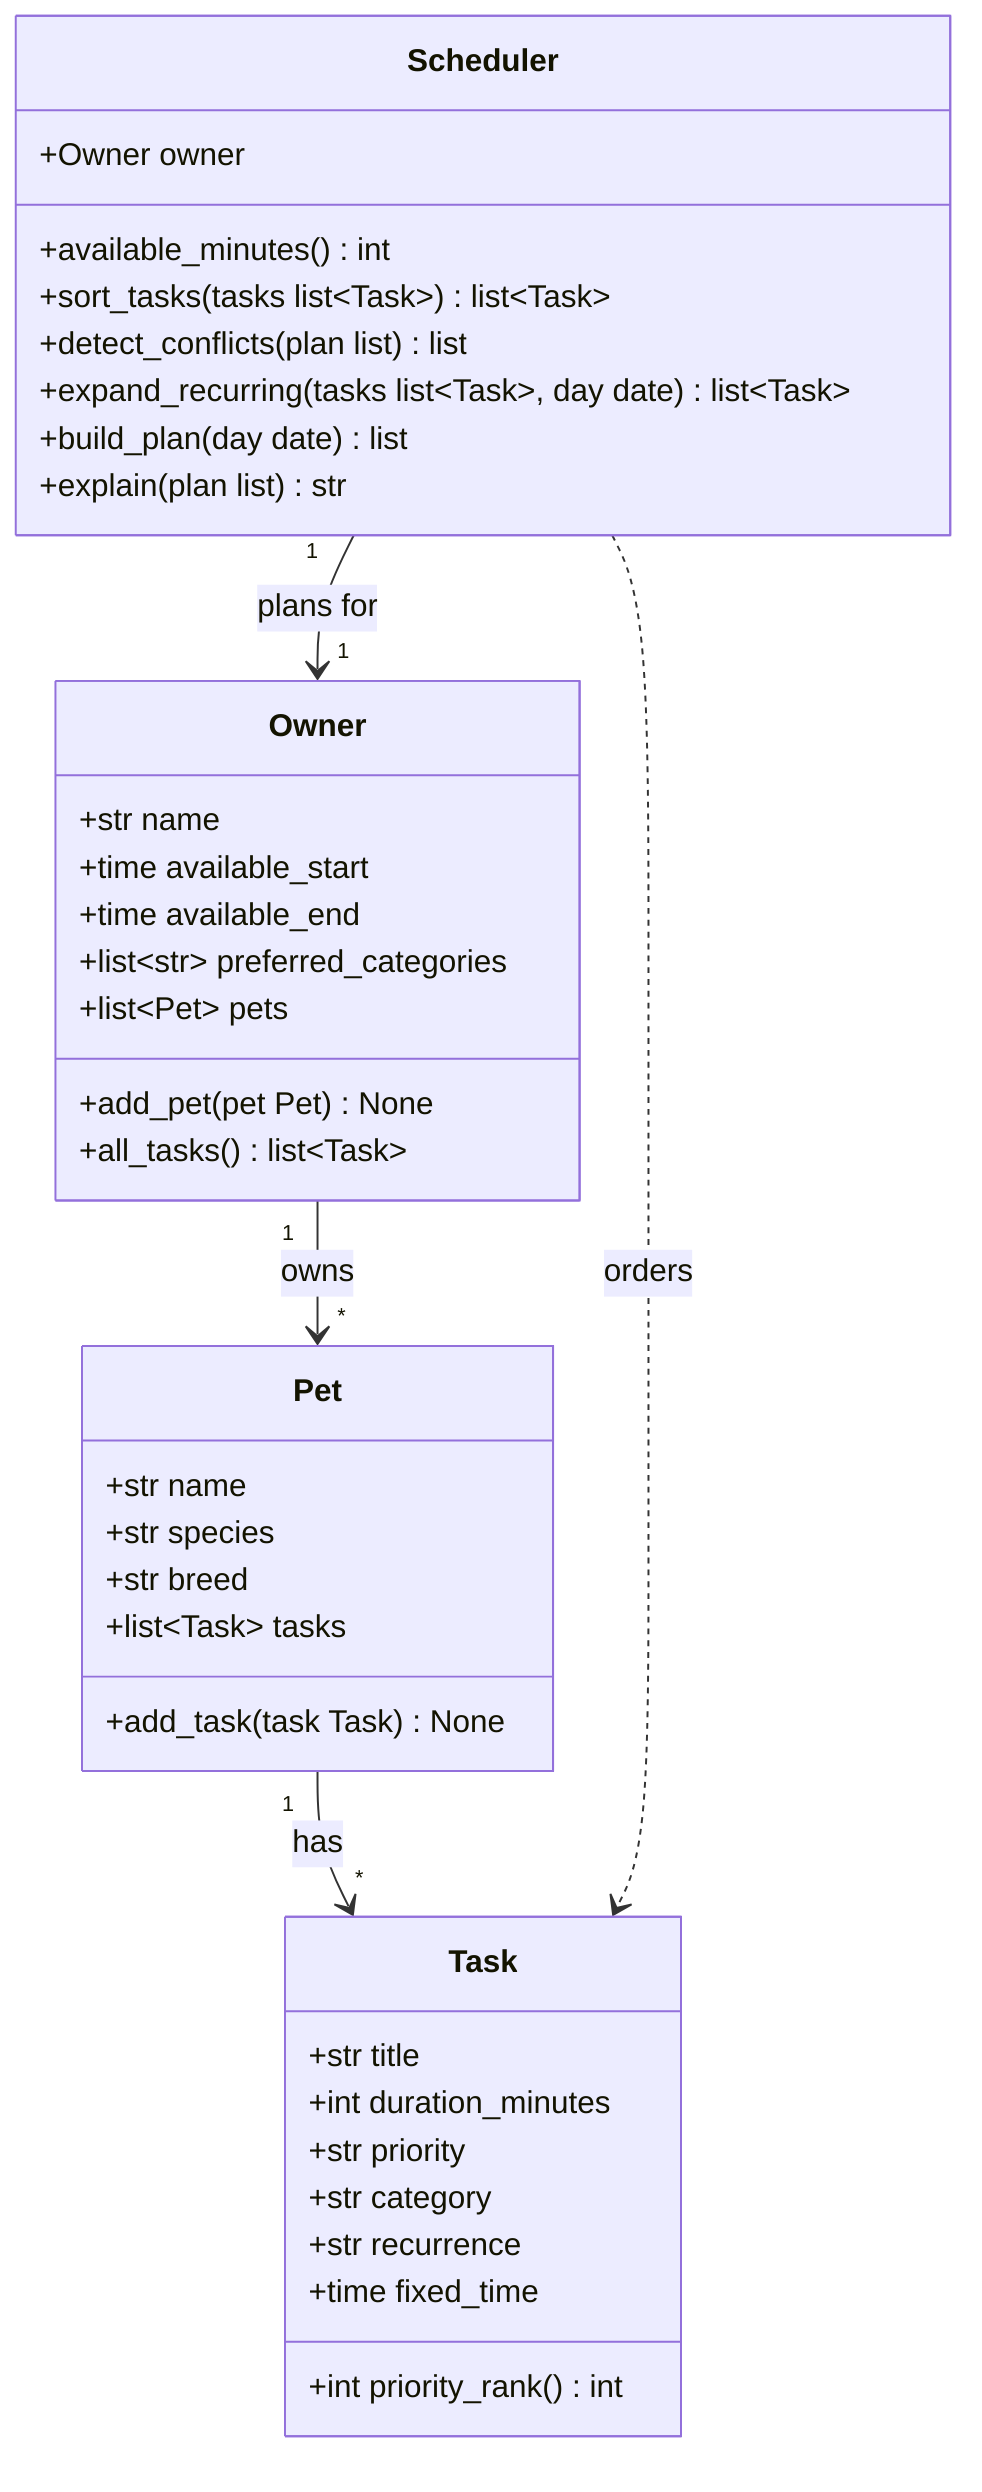
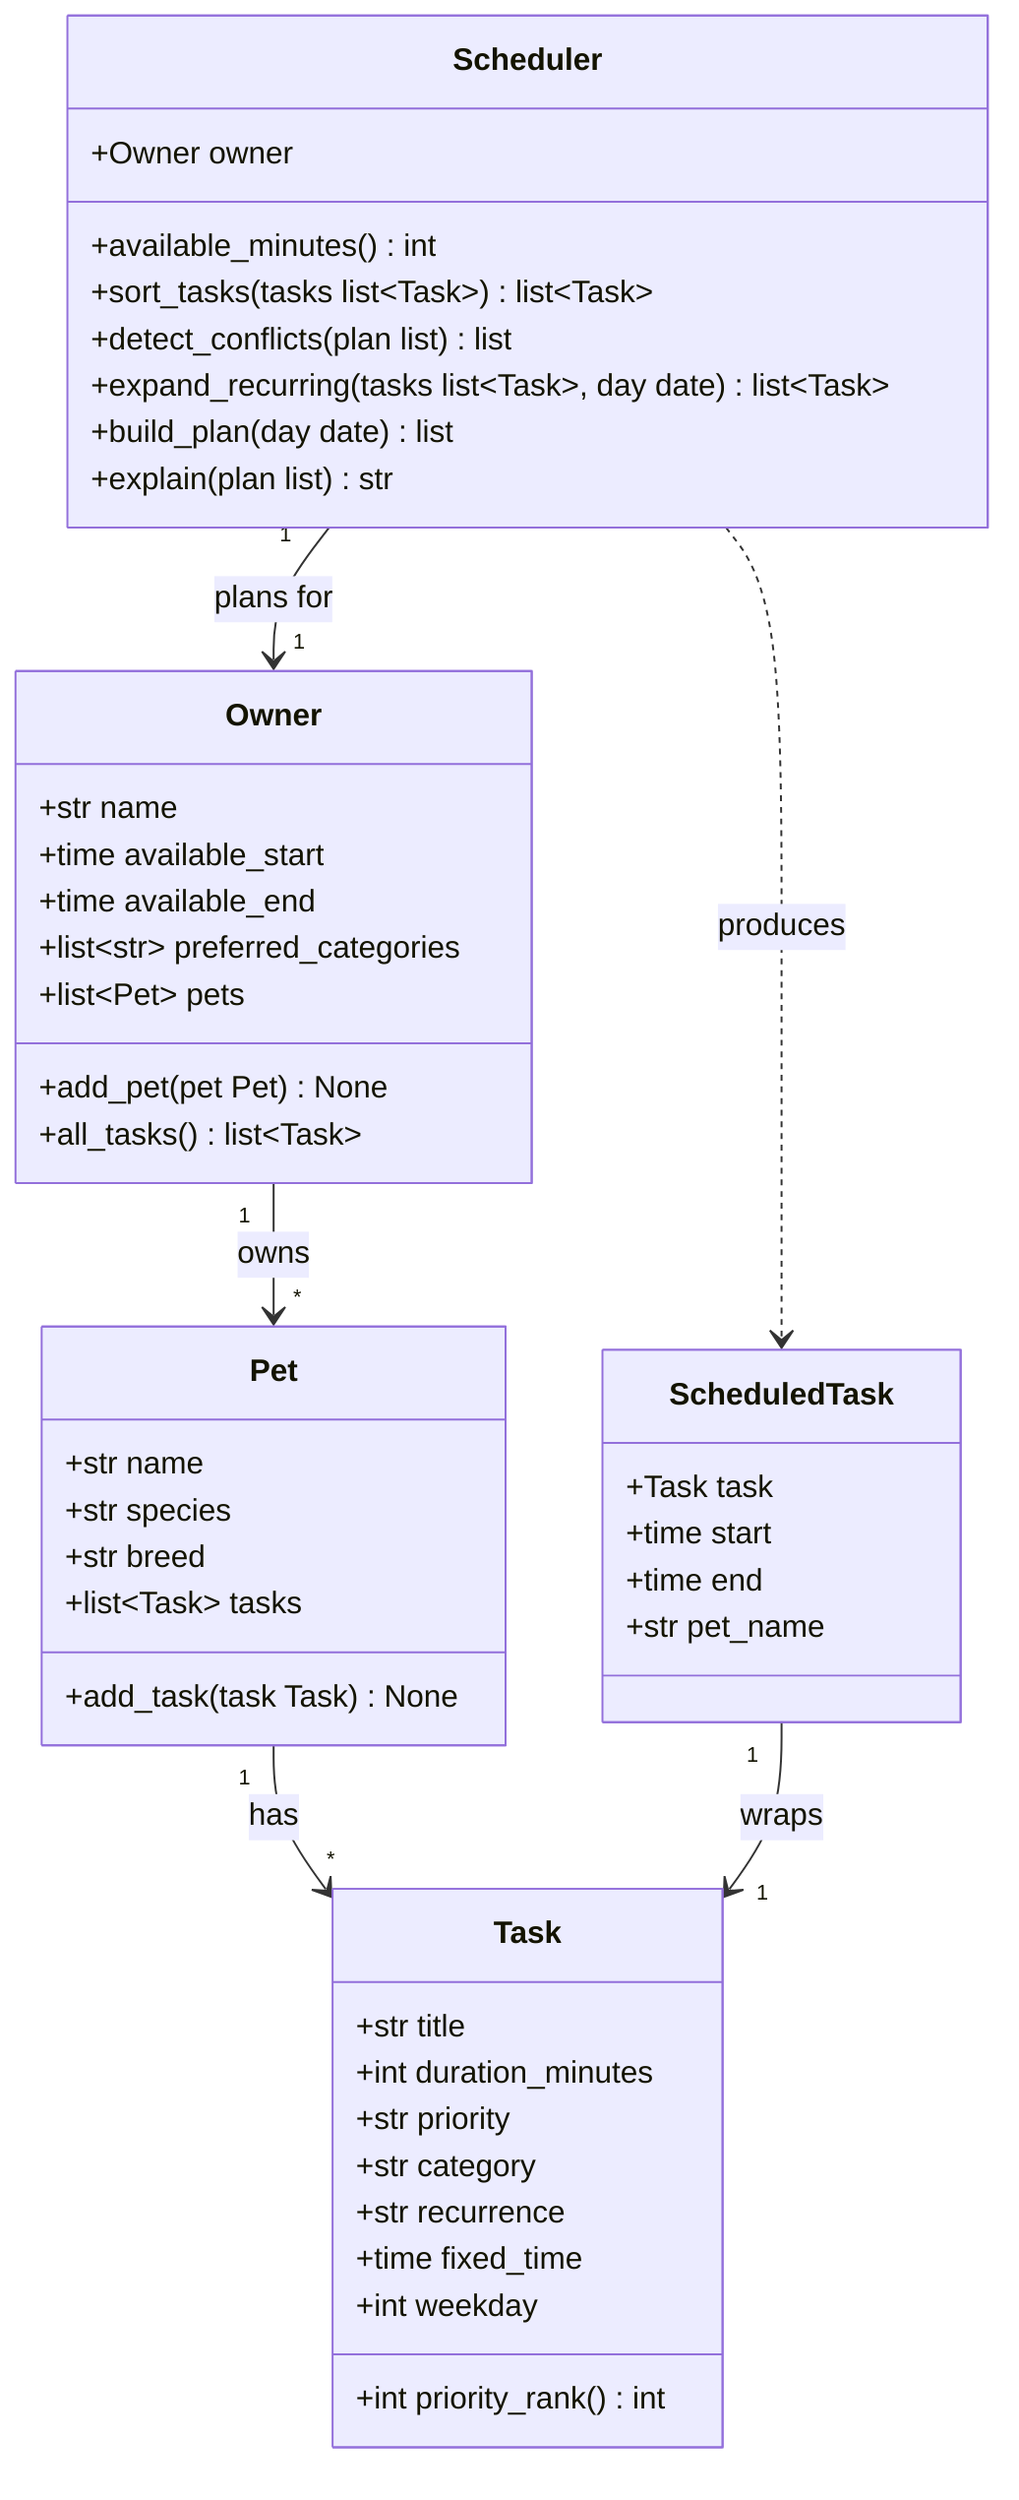
classDiagram
    %% PawPal+ system design (Phase 1 draft).
    %% Keep this file updated so it matches the final implementation in pawpal_system.py.

    class Owner {
        +str name
        +time available_start
        +time available_end
        +list~str~ preferred_categories
        +list~Pet~ pets
        +add_pet(pet Pet) None
        +all_tasks() list~Task~
    }

    class Pet {
        +str name
        +str species
        +str breed
        +list~Task~ tasks
        +add_task(task Task) None
    }

    class Task {
        +str title
        +int duration_minutes
        +str priority
        +str category
        +str recurrence
        +time fixed_time
+         +int weekday
        +int priority_rank() int
+     }
+ 
+     class ScheduledTask {
+         +Task task
+         +time start
+         +time end
+         +str pet_name
    }

    class Scheduler {
        +Owner owner
        +available_minutes() int
        +sort_tasks(tasks list~Task~) list~Task~
        +detect_conflicts(plan list) list
        +expand_recurring(tasks list~Task~, day date) list~Task~
        +build_plan(day date) list
        +explain(plan list) str
    }

    Owner "1" --> "*" Pet : owns
    Pet "1" --> "*" Task : has
    Scheduler "1" --> "1" Owner : plans for
-     Scheduler ..> Task : orders
+     Scheduler ..> ScheduledTask : produces
+     ScheduledTask "1" --> "1" Task : wraps
